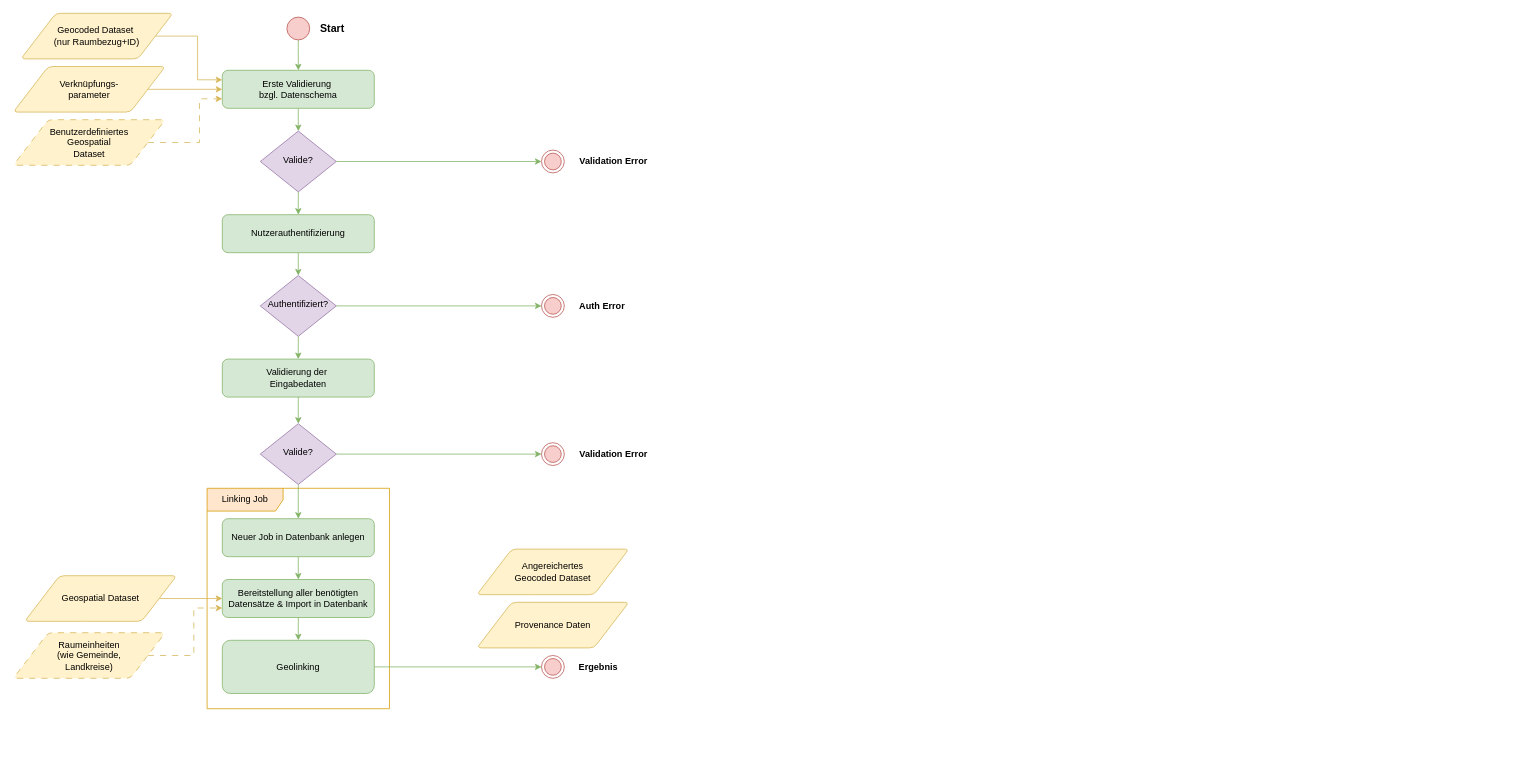
Before: sora/sora-geolinking-flowchart_002.drawio in traveller195/draw_io, a draw.io diagram. Source tidied: cells renumbered, new cells numbered last; positions are measured from the earlier drawing's top-left corner, leaving out a move shared by most shapes. Both pictures are drawn from the tidied source at 76%, with x=0, y=0 at pixel (13, 13).
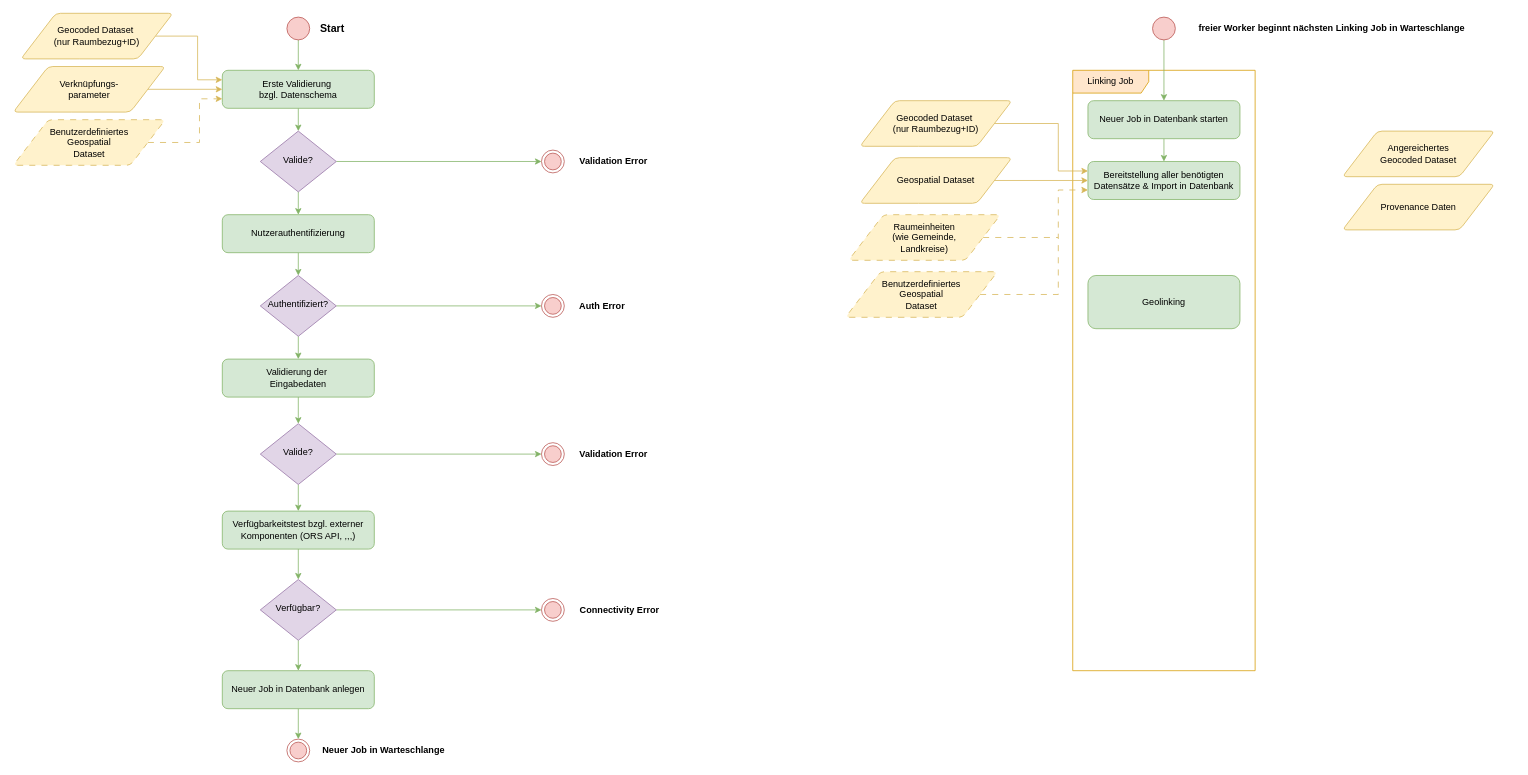
The same page after the edit.

The change refers to these unchanged cells:
```xml
<mxCell id="26" value="Valide?" style="rhombus;whiteSpace=wrap;html=1;shadow=0;fontFamily=Helvetica;fontSize=12;align=center;strokeWidth=1;spacing=6;spacingTop=-4;fillColor=#e1d5e7;strokeColor=#9673a6;" parent="1" vertex="1">
  <mxGeometry x="325" y="540" width="100" height="80" as="geometry" />
</mxCell>
```

What changed in the source:
```diff
@@
-    <mxCell id="8" value="Linking Job" style="shape=umlFrame;whiteSpace=wrap;html=1;width=100;height=30;fillColor=#ffe6cc;strokeColor=#d79b00;" parent="1" vertex="1">
-      <mxGeometry x="255" y="625" width="240" height="290" as="geometry" />
-    </mxCell>
-    <mxCell id="9" style="edgeStyle=orthogonalEdgeStyle;rounded=0;jettySize=auto;html=1;exitX=0.5;exitY=1;exitDx=0;exitDy=0;entryX=0.5;entryY=0;entryDx=0;entryDy=0;fillColor=#d5e8d4;strokeColor=#82b366;" parent="8" edge="1" source="10" target="12">
-      <mxGeometry relative="1" as="geometry" />
-    </mxCell>
-    <mxCell id="10" value="Neuer Job in Datenbank anlegen" style="rounded=1;whiteSpace=wrap;html=1;fontSize=12;glass=0;strokeWidth=1;shadow=0;fillColor=#d5e8d4;strokeColor=#82b366;" parent="8" vertex="1">
-      <mxGeometry x="20" y="40" width="200" height="50" as="geometry" />
-    </mxCell>
-    <mxCell id="11" style="edgeStyle=orthogonalEdgeStyle;rounded=0;jettySize=auto;html=1;exitX=0.5;exitY=1;exitDx=0;exitDy=0;entryX=0.5;entryY=0;entryDx=0;entryDy=0;fillColor=#d5e8d4;strokeColor=#82b366;" parent="8" edge="1" source="12" target="13">
-      <mxGeometry relative="1" as="geometry" />
-    </mxCell>
-    <mxCell id="12" value="Bereitstellung aller benötigten Datensätze &amp;amp; Import in Datenbank" style="rounded=1;whiteSpace=wrap;html=1;fontSize=12;glass=0;strokeWidth=1;shadow=0;fillColor=#d5e8d4;strokeColor=#82b366;" parent="8" vertex="1">
-      <mxGeometry x="20" y="120" width="200" height="50" as="geometry" />
-    </mxCell>
-    <mxCell id="13" value="Geolinking" style="rounded=1;whiteSpace=wrap;html=1;fontSize=12;glass=0;strokeWidth=1;shadow=0;fillColor=#d5e8d4;strokeColor=#82b366;" parent="8" vertex="1">
-      <mxGeometry x="20" y="200" width="200" height="70" as="geometry" />
-    </mxCell>
@@
-    <mxCell id="23" style="edgeStyle=orthogonalEdgeStyle;rounded=0;jettySize=auto;html=1;exitX=0.5;exitY=1;exitDx=0;exitDy=0;entryX=0.5;entryY=0;entryDx=0;entryDy=0;fillColor=#d5e8d4;strokeColor=#82b366;" parent="1" edge="1" source="26" target="10">
-      <mxGeometry relative="1" as="geometry" />
-    </mxCell>
@@
+    <mxCell id="47" style="edgeStyle=orthogonalEdgeStyle;rounded=0;jettySize=auto;html=1;exitX=0.5;exitY=1;exitDx=0;exitDy=0;entryX=0.5;entryY=0;entryDx=0;entryDy=0;fillColor=#d5e8d4;strokeColor=#82b366;" parent="1" edge="1" source="26" target="55">
+      <mxGeometry relative="1" as="geometry" />
+    </mxCell>
@@
-    <mxCell id="30" style="edgeStyle=orthogonalEdgeStyle;rounded=0;jettySize=auto;html=1;exitX=1;exitY=0.5;exitDx=0;exitDy=0;entryX=0;entryY=0.5;entryDx=0;entryDy=0;fillColor=#fff2cc;strokeColor=#d6b656;" parent="1" edge="1" source="31" target="12">
-      <mxGeometry relative="1" as="geometry" />
-    </mxCell>
-    <mxCell id="31" value="Geospatial Dataset" style="shape=parallelogram;html=1;strokeWidth=1;perimeter=parallelogramPerimeter;whiteSpace=wrap;rounded=1;arcSize=12;size=0.23;fillColor=#fff2cc;strokeColor=#d6b656;" parent="1" vertex="1">
-      <mxGeometry x="15" y="740" width="200" height="60" as="geometry" />
-    </mxCell>
-    <mxCell id="32" style="edgeStyle=orthogonalEdgeStyle;rounded=0;jettySize=auto;html=1;exitX=1;exitY=0.5;exitDx=0;exitDy=0;entryX=0;entryY=0.75;entryDx=0;entryDy=0;dashed=1;dashPattern=8 8;fillColor=#fff2cc;strokeColor=#d6b656;" parent="1" edge="1" source="33" target="12">
-      <mxGeometry relative="1" as="geometry" />
-    </mxCell>
-    <mxCell id="33" value="Raumeinheiten&lt;br&gt;(wie Gemeinde, &lt;br&gt;Landkreise)" style="shape=parallelogram;html=1;strokeWidth=1;perimeter=parallelogramPerimeter;whiteSpace=wrap;rounded=1;arcSize=12;size=0.23;dashed=1;dashPattern=8 8;fillColor=#fff2cc;strokeColor=#d6b656;" parent="1" vertex="1">
-      <mxGeometry y="815" width="200" height="60" as="geometry" />
-    </mxCell>
     <mxCell id="34" style="ellipse;html=1;shape=endState;fillColor=#f8cecc;strokeColor=#b85450;" parent="1" vertex="1">
-      <mxGeometry x="695" y="845" width="30" height="30" as="geometry" />
+      <mxGeometry x="360" y="955" width="30" height="30" as="geometry" />
     </mxCell>
-    <mxCell id="35" style="edgeStyle=orthogonalEdgeStyle;rounded=0;jettySize=auto;html=1;exitX=1;exitY=0.5;exitDx=0;exitDy=0;entryX=0;entryY=0.5;entryDx=0;entryDy=0;fillColor=#d5e8d4;strokeColor=#82b366;" parent="1" edge="1" source="13" target="34">
-      <mxGeometry relative="1" as="geometry" />
-    </mxCell>
@@
-    <mxCell id="40" value="Angereichertes&lt;br&gt;Geocoded Dataset" style="shape=parallelogram;html=1;strokeWidth=1;perimeter=parallelogramPerimeter;whiteSpace=wrap;rounded=1;arcSize=12;size=0.23;fillColor=#fff2cc;strokeColor=#d6b656;" parent="1" vertex="1">
-      <mxGeometry x="610" y="705" width="200" height="60" as="geometry" />
-    </mxCell>
-    <mxCell id="41" value="Provenance Daten" style="shape=parallelogram;html=1;strokeWidth=1;perimeter=parallelogramPerimeter;whiteSpace=wrap;rounded=1;arcSize=12;size=0.23;fillColor=#fff2cc;strokeColor=#d6b656;" parent="1" vertex="1">
-      <mxGeometry x="610" y="775" width="200" height="60" as="geometry" />
-    </mxCell>
@@
-    <mxCell id="46" value="&lt;div align=&quot;left&quot;&gt;&lt;b&gt;Ergebnis&lt;/b&gt;&lt;br&gt;&lt;/div&gt;" style="text;html=1;align=center;verticalAlign=middle;whiteSpace=wrap;rounded=0;" parent="1" vertex="1">
-      <mxGeometry x="715" y="845" width="110" height="30" as="geometry" />
+    <mxCell id="46" value="Neuer Job in Warteschlange" style="text;html=1;align=center;verticalAlign=middle;whiteSpace=wrap;rounded=0;fontStyle=1;" parent="1" vertex="1">
+      <mxGeometry x="380" y="955" width="215" height="30" as="geometry" />
     </mxCell>
+    <mxCell id="8" value="Linking Job" style="shape=umlFrame;whiteSpace=wrap;html=1;width=100;height=30;fillColor=#ffe6cc;strokeColor=#d79b00;" parent="1" vertex="1">
+      <mxGeometry x="1394" y="75" width="240" height="790" as="geometry" />
+    </mxCell>
+    <mxCell id="48" style="edgeStyle=orthogonalEdgeStyle;rounded=0;jettySize=auto;html=1;exitX=0.5;exitY=1;exitDx=0;exitDy=0;entryX=0.5;entryY=0;entryDx=0;entryDy=0;fillColor=#d5e8d4;strokeColor=#82b366;" parent="8" edge="1" source="49" target="12">
+      <mxGeometry relative="1" as="geometry" />
+    </mxCell>
+    <mxCell id="49" value="Neuer Job in Datenbank starten" style="rounded=1;whiteSpace=wrap;html=1;fontSize=12;glass=0;strokeWidth=1;shadow=0;fillColor=#d5e8d4;strokeColor=#82b366;" parent="8" vertex="1">
+      <mxGeometry x="20" y="40" width="200" height="50" as="geometry" />
+    </mxCell>
+    <mxCell id="12" value="Bereitstellung aller benötigten Datensätze &amp;amp; Import in Datenbank" style="rounded=1;whiteSpace=wrap;html=1;fontSize=12;glass=0;strokeWidth=1;shadow=0;fillColor=#d5e8d4;strokeColor=#82b366;" parent="8" vertex="1">
+      <mxGeometry x="20" y="120" width="200" height="50" as="geometry" />
+    </mxCell>
+    <mxCell id="13" value="Geolinking" style="rounded=1;whiteSpace=wrap;html=1;fontSize=12;glass=0;strokeWidth=1;shadow=0;fillColor=#d5e8d4;strokeColor=#82b366;" parent="8" vertex="1">
+      <mxGeometry x="20" y="270" width="200" height="70" as="geometry" />
+    </mxCell>
+    <mxCell id="30" style="edgeStyle=orthogonalEdgeStyle;rounded=0;jettySize=auto;html=1;exitX=1;exitY=0.5;exitDx=0;exitDy=0;entryX=0;entryY=0.5;entryDx=0;entryDy=0;fillColor=#fff2cc;strokeColor=#d6b656;" parent="1" edge="1" source="31" target="12">
+      <mxGeometry relative="1" as="geometry" />
+    </mxCell>
+    <mxCell id="31" value="Geospatial Dataset" style="shape=parallelogram;html=1;strokeWidth=1;perimeter=parallelogramPerimeter;whiteSpace=wrap;rounded=1;arcSize=12;size=0.23;fillColor=#fff2cc;strokeColor=#d6b656;" parent="1" vertex="1">
+      <mxGeometry x="1114" y="190" width="200" height="60" as="geometry" />
+    </mxCell>
+    <mxCell id="32" style="edgeStyle=orthogonalEdgeStyle;rounded=0;jettySize=auto;html=1;exitX=1;exitY=0.5;exitDx=0;exitDy=0;entryX=0;entryY=0.75;entryDx=0;entryDy=0;dashed=1;dashPattern=8 8;fillColor=#fff2cc;strokeColor=#d6b656;" parent="1" edge="1" source="33" target="12">
+      <mxGeometry relative="1" as="geometry">
+        <Array as="points">
+          <mxPoint x="1375" y="295" />
+          <mxPoint x="1375" y="233" />
+        </Array>
+      </mxGeometry>
+    </mxCell>
+    <mxCell id="33" value="Raumeinheiten&lt;br&gt;(wie Gemeinde, &lt;br&gt;Landkreise)" style="shape=parallelogram;html=1;strokeWidth=1;perimeter=parallelogramPerimeter;whiteSpace=wrap;rounded=1;arcSize=12;size=0.23;dashed=1;dashPattern=8 8;fillColor=#fff2cc;strokeColor=#d6b656;" parent="1" vertex="1">
+      <mxGeometry x="1099" y="265" width="200" height="60" as="geometry" />
+    </mxCell>
+    <mxCell id="40" value="Angereichertes&lt;br&gt;Geocoded Dataset" style="shape=parallelogram;html=1;strokeWidth=1;perimeter=parallelogramPerimeter;whiteSpace=wrap;rounded=1;arcSize=12;size=0.23;fillColor=#fff2cc;strokeColor=#d6b656;" parent="1" vertex="1">
+      <mxGeometry x="1749" y="155" width="200" height="60" as="geometry" />
+    </mxCell>
+    <mxCell id="41" value="Provenance Daten" style="shape=parallelogram;html=1;strokeWidth=1;perimeter=parallelogramPerimeter;whiteSpace=wrap;rounded=1;arcSize=12;size=0.23;fillColor=#fff2cc;strokeColor=#d6b656;" parent="1" vertex="1">
+      <mxGeometry x="1749" y="225" width="200" height="60" as="geometry" />
+    </mxCell>
+    <mxCell id="50" style="edgeStyle=orthogonalEdgeStyle;rounded=0;jettySize=auto;html=1;exitX=0.5;exitY=1;exitDx=0;exitDy=0;entryX=0.5;entryY=0;entryDx=0;entryDy=0;fillColor=#d5e8d4;strokeColor=#82b366;" parent="1" edge="1" source="10" target="34">
+      <mxGeometry relative="1" as="geometry" />
+    </mxCell>
+    <mxCell id="10" value="Neuer Job in Datenbank anlegen" style="rounded=1;whiteSpace=wrap;html=1;fontSize=12;glass=0;strokeWidth=1;shadow=0;fillColor=#d5e8d4;strokeColor=#82b366;" parent="1" vertex="1">
+      <mxGeometry x="275" y="865" width="200" height="50" as="geometry" />
+    </mxCell>
+    <mxCell id="51" style="edgeStyle=orthogonalEdgeStyle;rounded=0;jettySize=auto;html=1;exitX=0.5;exitY=1;exitDx=0;exitDy=0;entryX=0.5;entryY=0;entryDx=0;entryDy=0;fillColor=#d5e8d4;strokeColor=#82b366;" parent="1" edge="1" source="52" target="49">
+      <mxGeometry relative="1" as="geometry" />
+    </mxCell>
+    <mxCell id="52" style="ellipse;fillColor=#f8cecc;html=1;strokeColor=#b85450;" parent="1" vertex="1">
+      <mxGeometry x="1499" y="5" width="30" height="30" as="geometry" />
+    </mxCell>
+    <mxCell id="53" value="freier Worker beginnt nächsten Linking Job in Warteschlange" style="text;html=1;align=center;verticalAlign=middle;whiteSpace=wrap;rounded=0;fontStyle=1;" parent="1" vertex="1">
+      <mxGeometry x="1495" y="5" width="480" height="30" as="geometry" />
+    </mxCell>
+    <mxCell id="54" style="edgeStyle=orthogonalEdgeStyle;rounded=0;jettySize=auto;html=1;exitX=0.5;exitY=1;exitDx=0;exitDy=0;entryX=0.5;entryY=0;entryDx=0;entryDy=0;fillColor=#d5e8d4;strokeColor=#82b366;" parent="1" edge="1" source="55" target="60">
+      <mxGeometry relative="1" as="geometry" />
+    </mxCell>
+    <mxCell id="55" value="Verfügbarkeitstest bzgl. externer Komponenten (ORS API, ,,,)" style="rounded=1;whiteSpace=wrap;html=1;fontSize=12;glass=0;strokeWidth=1;shadow=0;fillColor=#d5e8d4;strokeColor=#82b366;" parent="1" vertex="1">
+      <mxGeometry x="275" y="655" width="200" height="50" as="geometry" />
+    </mxCell>
+    <mxCell id="56" style="ellipse;html=1;shape=endState;fillColor=#f8cecc;strokeColor=#b85450;" parent="1" vertex="1">
+      <mxGeometry x="695" y="770" width="30" height="30" as="geometry" />
+    </mxCell>
+    <mxCell id="57" value="&lt;b&gt;Connectivity Error&lt;/b&gt;" style="text;html=1;align=center;verticalAlign=middle;whiteSpace=wrap;rounded=0;" parent="1" vertex="1">
+      <mxGeometry x="733" y="770" width="130" height="30" as="geometry" />
+    </mxCell>
+    <mxCell id="58" style="edgeStyle=orthogonalEdgeStyle;rounded=0;jettySize=auto;html=1;exitX=0.5;exitY=1;exitDx=0;exitDy=0;entryX=0.5;entryY=0;entryDx=0;entryDy=0;fillColor=#d5e8d4;strokeColor=#82b366;" parent="1" edge="1" source="60" target="10">
+      <mxGeometry relative="1" as="geometry" />
+    </mxCell>
+    <mxCell id="59" style="edgeStyle=orthogonalEdgeStyle;rounded=0;jettySize=auto;html=1;exitX=1;exitY=0.5;exitDx=0;exitDy=0;entryX=0;entryY=0.5;entryDx=0;entryDy=0;fillColor=#d5e8d4;strokeColor=#82b366;" parent="1" edge="1" source="60" target="56">
+      <mxGeometry relative="1" as="geometry" />
+    </mxCell>
+    <mxCell id="60" value="Verfügbar?" style="rhombus;whiteSpace=wrap;html=1;shadow=0;fontFamily=Helvetica;fontSize=12;align=center;strokeWidth=1;spacing=6;spacingTop=-4;fillColor=#e1d5e7;strokeColor=#9673a6;" parent="1" vertex="1">
+      <mxGeometry x="325" y="745" width="100" height="80" as="geometry" />
+    </mxCell>
+    <mxCell id="61" style="edgeStyle=orthogonalEdgeStyle;rounded=0;jettySize=auto;html=1;exitX=1;exitY=0.5;exitDx=0;exitDy=0;entryX=0;entryY=0.25;entryDx=0;entryDy=0;fillColor=#fff2cc;strokeColor=#d6b656;" parent="1" edge="1" source="62" target="12">
+      <mxGeometry relative="1" as="geometry">
+        <Array as="points">
+          <mxPoint x="1375" y="145" />
+          <mxPoint x="1375" y="208" />
+        </Array>
+      </mxGeometry>
+    </mxCell>
+    <mxCell id="62" value="&lt;div&gt;Geocoded Dataset&amp;nbsp;&lt;/div&gt;&lt;div&gt;(nur Raumbezug+ID)&lt;/div&gt;" style="shape=parallelogram;html=1;strokeWidth=1;perimeter=parallelogramPerimeter;whiteSpace=wrap;rounded=1;arcSize=12;size=0.23;fillColor=#fff2cc;strokeColor=#d6b656;" parent="1" vertex="1">
+      <mxGeometry x="1114" y="115" width="200" height="60" as="geometry" />
+    </mxCell>
+    <mxCell id="63" style="edgeStyle=orthogonalEdgeStyle;rounded=0;jettySize=auto;html=1;exitX=1;exitY=0.5;exitDx=0;exitDy=0;endArrow=none;endFill=0;dashed=1;dashPattern=8 8;fillColor=#fff2cc;strokeColor=#d6b656;" parent="1" edge="1" source="64">
+      <mxGeometry relative="1" as="geometry">
+        <mxPoint x="1375" y="295" as="targetPoint" />
+        <Array as="points">
+          <mxPoint x="1375" y="370" />
+        </Array>
+      </mxGeometry>
+    </mxCell>
+    <mxCell id="64" value="Benutzerdefiniertes&lt;br&gt;Geospatial&lt;br&gt;Dataset" style="shape=parallelogram;html=1;strokeWidth=1;perimeter=parallelogramPerimeter;whiteSpace=wrap;rounded=1;arcSize=12;size=0.23;dashed=1;dashPattern=8 8;fillColor=#fff2cc;strokeColor=#d6b656;" parent="1" vertex="1">
+      <mxGeometry x="1095" y="340" width="200" height="60" as="geometry" />
+    </mxCell>
```
